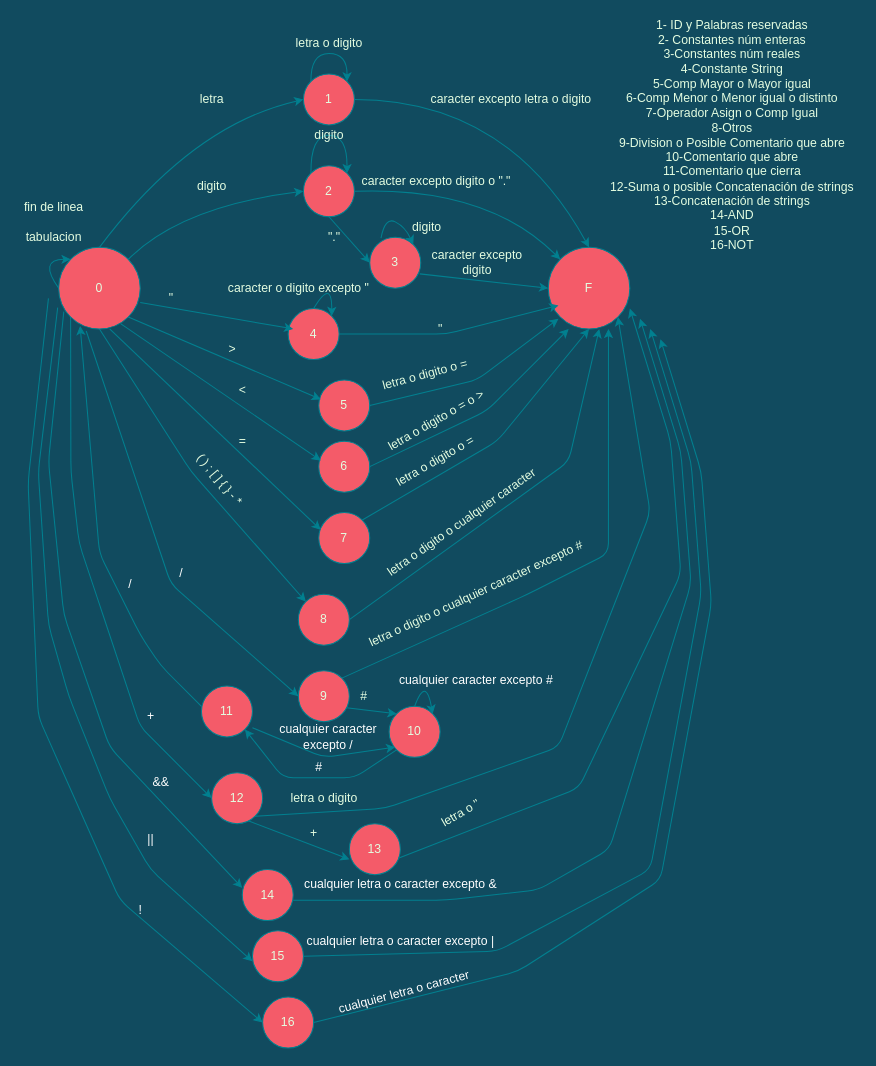
Above: automata.drawio in LuisRomero13/Compiladores2021 (draw.io), before the change. Source tidied: cells renumbered, new cells numbered last; positions are measured from the earlier drawing's top-left corner, leaving out a move shared by most shapes. Both pictures are drawn from the tidied source at 102%, with x=0, y=0 at pixel (17, 17).
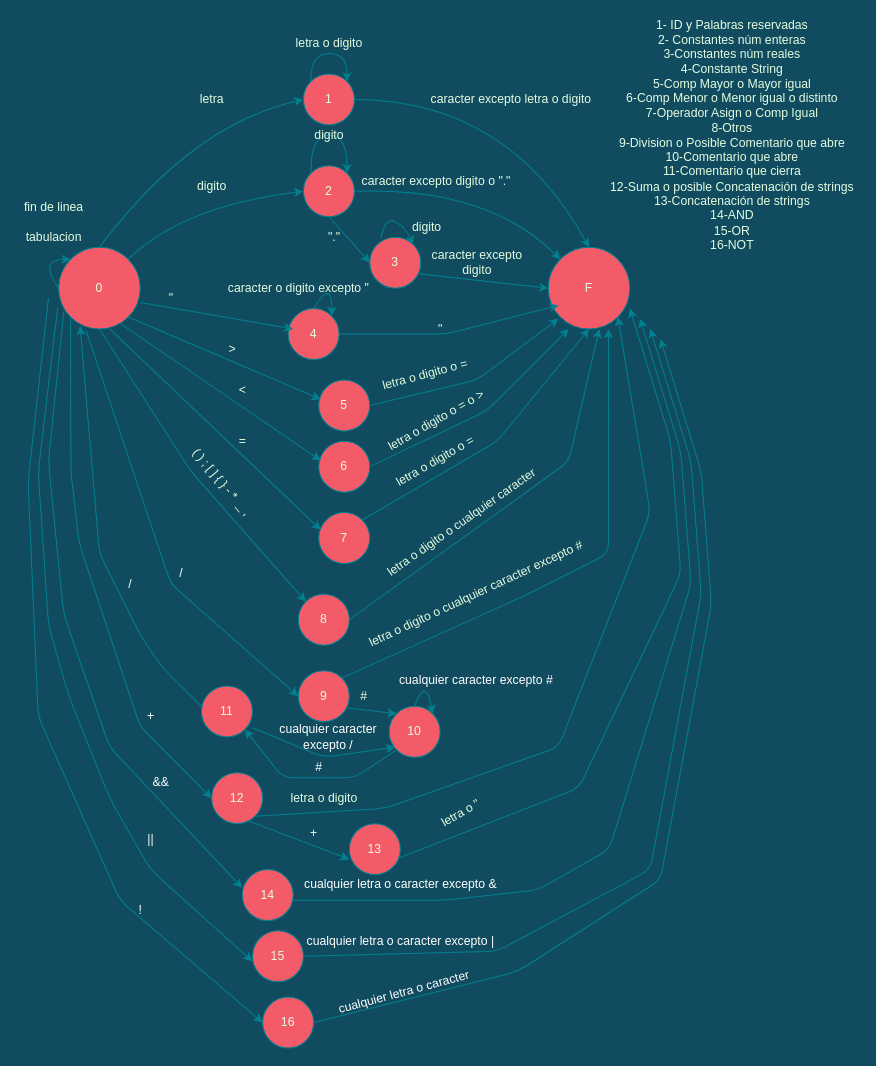
The same page after the edit.

Change to the diagram source:
```diff
@@
-    <mxCell id="25" value="( ) ; [ ] { } - *&amp;nbsp;&amp;nbsp;" style="text;html=1;align=center;verticalAlign=middle;strokeColor=none;fontColor=#E4FDE1;rotation=50;" parent="1" vertex="1">
-      <mxGeometry x="160" y="445" width="80" height="20" as="geometry" />
+    <mxCell id="25" value="( ) ; [ ] { } - *&amp;nbsp; _ ," style="text;html=1;align=center;verticalAlign=middle;strokeColor=none;fontColor=#E4FDE1;rotation=50;" parent="1" vertex="1">
+      <mxGeometry x="150" y="445" width="100" height="20" as="geometry" />
     </mxCell>
```
